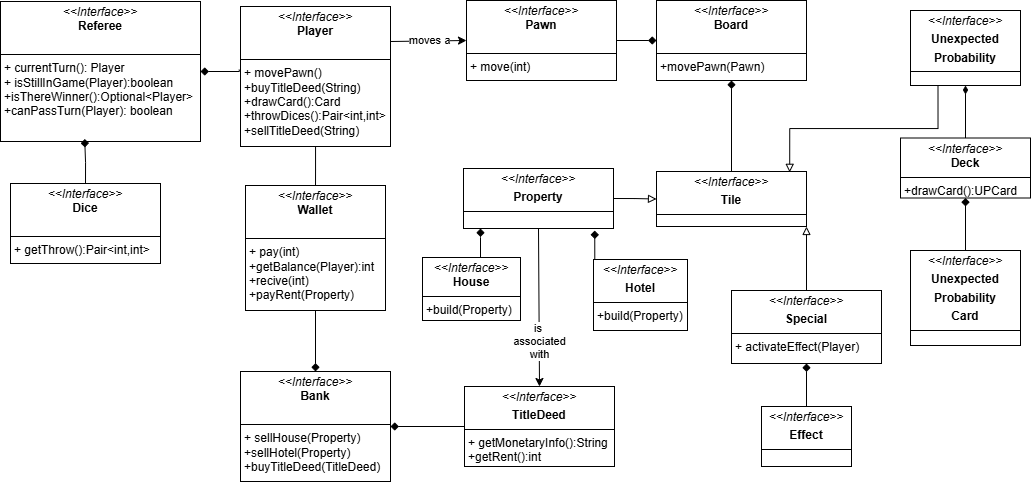
The draw.io diagram report/img/entity_diagram.png in unibo-oop-projects/OOP24-AlessioMinnitiAlessioMinnitistudi-MartinaRavaioli-AlessioMinniti-DavideRossi-LucasPrati-mpoly, before a commit. Source tidied: cells renumbered, new cells last; positions are measured from the earlier drawing's top-left corner, leaving out a move shared by most shapes.
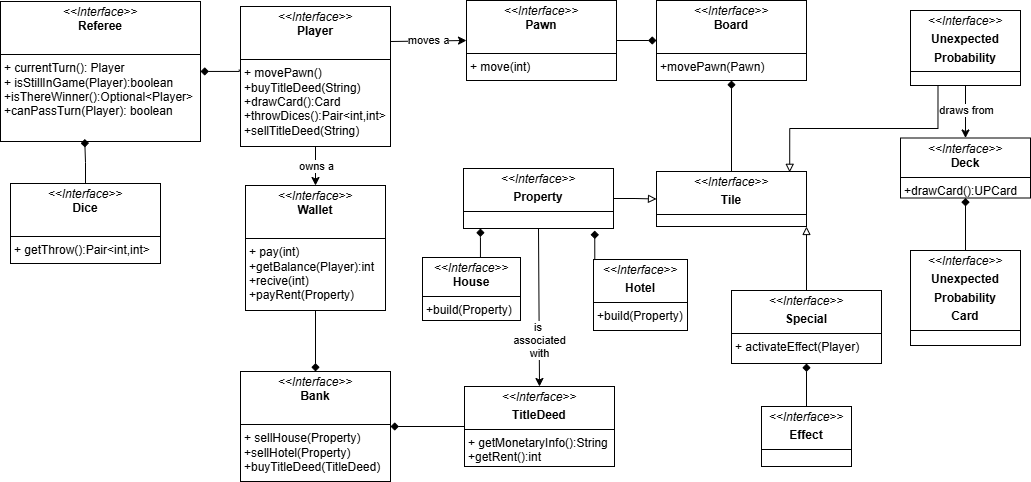
Later version of the same file.

What changed in the source:
```diff
@@ -5,11 +5,6 @@
     <mxCell id="2" value="&lt;p style=&quot;margin:0px;margin-top:4px;text-align:center;&quot;&gt;&lt;i&gt;&amp;lt;&amp;lt;Interface&amp;gt;&amp;gt;&lt;/i&gt;&lt;br&gt;&lt;b&gt;Referee&lt;/b&gt;&lt;/p&gt;&lt;p style=&quot;margin:0px;margin-left:4px;&quot;&gt;&lt;br&gt;&lt;/p&gt;&lt;hr size=&quot;1&quot; style=&quot;border-style:solid;&quot;&gt;&lt;p style=&quot;margin:0px;margin-left:4px;&quot;&gt;+ currentTurn(): Player&lt;br&gt;+ isStillInGame(Player):boolean&lt;/p&gt;&lt;p style=&quot;margin:0px;margin-left:4px;&quot;&gt;+isThereWinner():Optional&amp;lt;Player&amp;gt;&lt;/p&gt;&lt;p style=&quot;margin:0px;margin-left:4px;&quot;&gt;+canPassTurn(Player): boolean&lt;/p&gt;" style="verticalAlign=top;align=left;overflow=fill;html=1;whiteSpace=wrap;" parent="1" vertex="1">
       <mxGeometry y="1" width="200" height="140" as="geometry" />
     </mxCell>
-    <mxCell id="3" style="edgeStyle=orthogonalEdgeStyle;rounded=0;jettySize=auto;html=1;endArrow=none;startFill=0;" parent="1" edge="1" source="4">
-      <mxGeometry relative="1" as="geometry">
-        <mxPoint x="315" y="191" as="targetPoint" />
-      </mxGeometry>
-    </mxCell>
     <mxCell id="4" value="&lt;p style=&quot;margin:0px;margin-top:4px;text-align:center;&quot;&gt;&lt;i&gt;&amp;lt;&amp;lt;Interface&amp;gt;&amp;gt;&lt;/i&gt;&lt;br&gt;&lt;b&gt;Player&lt;/b&gt;&lt;/p&gt;&lt;p style=&quot;margin:0px;margin-left:4px;&quot;&gt;&lt;br&gt;&lt;/p&gt;&lt;hr size=&quot;1&quot; style=&quot;border-style:solid;&quot;&gt;&lt;p style=&quot;margin:0px;margin-left:4px;&quot;&gt;+ movePawn()&lt;/p&gt;&lt;p style=&quot;margin:0px;margin-left:4px;&quot;&gt;+buyTitleDeed(String)&lt;/p&gt;&lt;p style=&quot;margin:0px;margin-left:4px;&quot;&gt;+drawCard():Card&lt;/p&gt;&lt;p style=&quot;margin:0px;margin-left:4px;&quot;&gt;+throwDices():Pair&amp;lt;int,int&amp;gt;&lt;/p&gt;&lt;p style=&quot;margin:0px;margin-left:4px;&quot;&gt;+sellTitleDeed(String)&lt;/p&gt;" style="verticalAlign=top;align=left;overflow=fill;html=1;whiteSpace=wrap;" parent="1" vertex="1">
       <mxGeometry x="240" y="6" width="150" height="140" as="geometry" />
     </mxCell>
@@ -88,9 +83,6 @@
     <mxCell id="26" value="&lt;p style=&quot;margin:0px;margin-top:4px;text-align:center;&quot;&gt;&lt;i&gt;&amp;lt;&amp;lt;Interface&amp;gt;&amp;gt;&lt;/i&gt;&lt;/p&gt;&lt;p style=&quot;margin:0px;margin-top:4px;text-align:center;&quot;&gt;&lt;b&gt;Effect&lt;/b&gt;&lt;br&gt;&lt;/p&gt;&lt;hr size=&quot;1&quot; style=&quot;border-style:solid;&quot;&gt;&lt;p style=&quot;margin:0px;margin-left:4px;&quot;&gt;&lt;br&gt;&lt;/p&gt;" style="verticalAlign=top;align=left;overflow=fill;html=1;whiteSpace=wrap;" parent="1" vertex="1">
       <mxGeometry x="761" y="406" width="90" height="60" as="geometry" />
     </mxCell>
-    <mxCell id="27" style="edgeStyle=orthogonalEdgeStyle;rounded=0;jettySize=auto;html=1;endArrow=diamondThin;endFill=1;" parent="1" edge="1" source="28" target="19">
-      <mxGeometry relative="1" as="geometry" />
-    </mxCell>
     <mxCell id="28" value="&lt;p style=&quot;margin:0px;margin-top:4px;text-align:center;&quot;&gt;&lt;i&gt;&amp;lt;&amp;lt;Interface&amp;gt;&amp;gt;&lt;/i&gt;&lt;br&gt;&lt;b&gt;Deck&lt;/b&gt;&lt;/p&gt;&lt;hr size=&quot;1&quot; style=&quot;border-style:solid;&quot;&gt;&lt;p style=&quot;margin:0px;margin-left:4px;&quot;&gt;+drawCard():UPCard&lt;/p&gt;" style="verticalAlign=top;align=left;overflow=fill;html=1;whiteSpace=wrap;" parent="1" vertex="1">
       <mxGeometry x="900" y="137.5" width="130" height="60" as="geometry" />
     </mxCell>
@@ -125,5 +117,21 @@
         <mxPoint y="-1" as="offset" />
       </mxGeometry>
     </mxCell>
+    <mxCell id="38" style="endArrow=classic;html=1;rounded=0;exitX=0.5;exitY=1;exitDx=0;exitDy=0;entryX=0.5;entryY=0;entryDx=0;entryDy=0;" parent="1" edge="1" source="4" target="12">
+      <mxGeometry relative="1" as="geometry" />
+    </mxCell>
+    <mxCell id="39" value="owns a" style="edgeLabel;html=1;align=center;verticalAlign=middle;" parent="38" vertex="1">
+      <mxGeometry relative="1" as="geometry">
+        <mxPoint y="-1" as="offset" />
+      </mxGeometry>
+    </mxCell>
+    <mxCell id="40" style="endArrow=classic;html=1;rounded=0;exitX=0.5;exitY=1;exitDx=0;exitDy=0;entryX=0.5;entryY=0;entryDx=0;entryDy=0;" parent="1" edge="1" source="19" target="28">
+      <mxGeometry relative="1" as="geometry" />
+    </mxCell>
+    <mxCell id="41" value="draws from" style="edgeLabel;html=1;align=center;verticalAlign=middle;" parent="40" vertex="1">
+      <mxGeometry relative="1" as="geometry">
+        <mxPoint y="-1" as="offset" />
+      </mxGeometry>
+    </mxCell>
   </root>
 </mxGraphModel>
```
